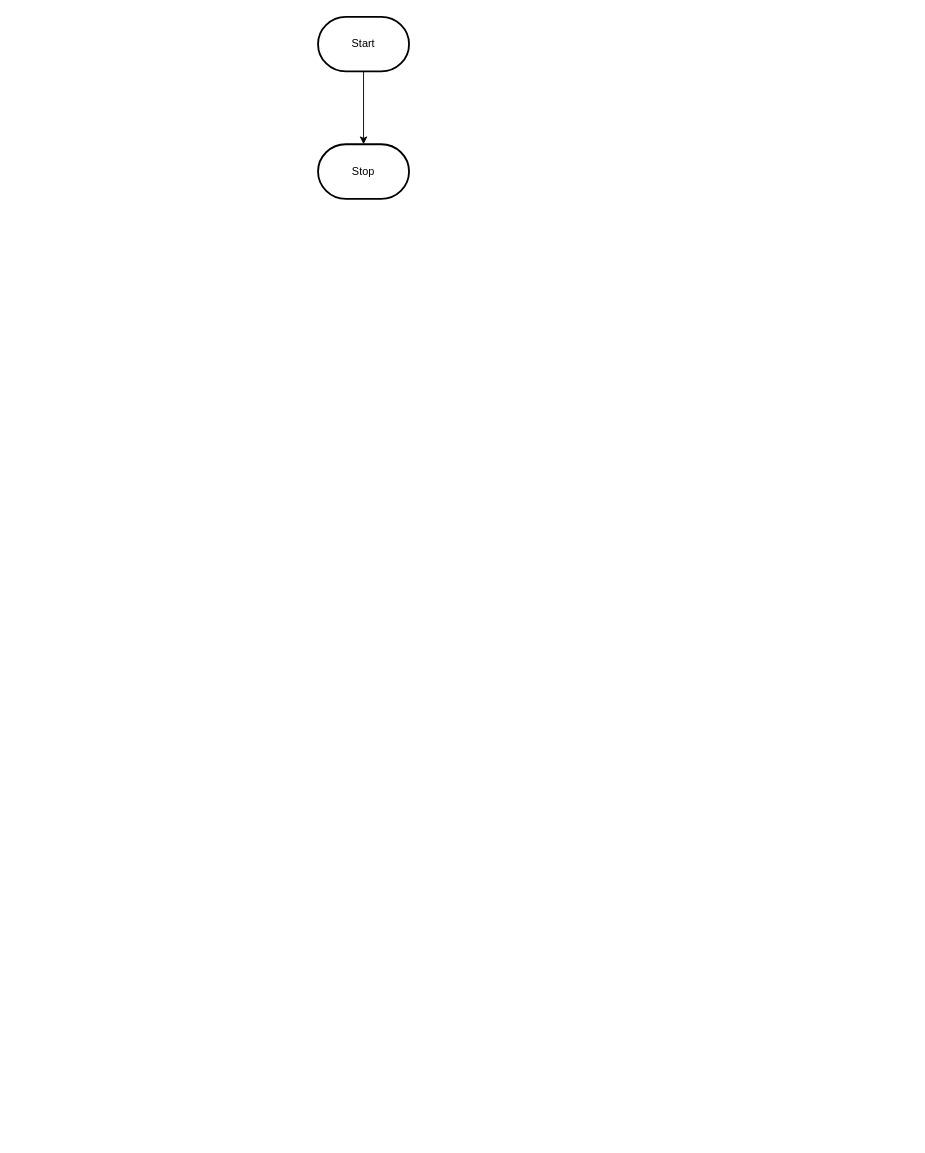
Above: design/flowchart.drawio in MTHS-TEJ2O-1-2023/TEJ2O-Unit-2-16-michael-bruneau (draw.io), before the change. Source tidied: cells renumbered, new cells numbered last; positions are measured from the earlier drawing's top-left corner, leaving out a move shared by most shapes. Both pictures are drawn from the tidied source at 91%, with x=0, y=0 at pixel (318, 16).
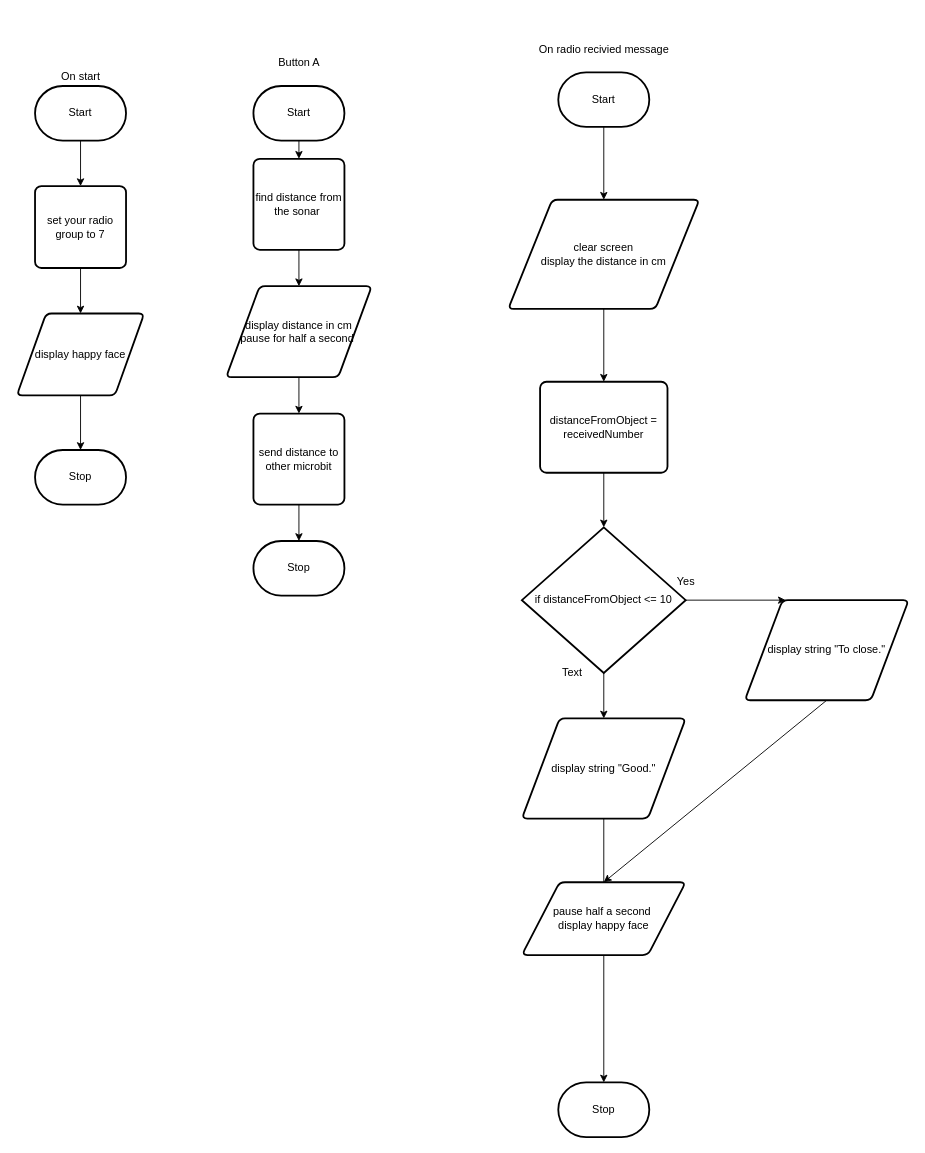
After the change.

The edit, as a diff of the source:
```diff
@@
-    <mxCell id="2" style="edgeStyle=orthogonalEdgeStyle;html=1;rounded=0;" parent="1" edge="1" source="3" target="4">
-      <mxGeometry relative="1" as="geometry" />
-    </mxCell>
+    <mxCell id="5" style="edgeStyle=none;html=1;exitX=0.5;exitY=1;exitDx=0;exitDy=0;exitPerimeter=0;entryX=0.5;entryY=0;entryDx=0;entryDy=0;" parent="1" edge="1" source="3" target="2">
+      <mxGeometry relative="1" as="geometry" />
+    </mxCell>
     <mxCell id="3" value="Start" style="strokeWidth=2;html=1;shape=mxgraph.flowchart.terminator;whiteSpace=wrap;" parent="1" vertex="1">
-      <mxGeometry width="100" height="60" as="geometry" />
+      <mxGeometry x="-311" y="76" width="100" height="60" as="geometry" />
     </mxCell>
     <mxCell id="4" value="Stop" style="strokeWidth=2;html=1;shape=mxgraph.flowchart.terminator;whiteSpace=wrap;" parent="1" vertex="1">
-      <mxGeometry y="140" width="100" height="60" as="geometry" />
+      <mxGeometry x="-311" y="476" width="100" height="60" as="geometry" />
     </mxCell>
+    <mxCell id="6" style="edgeStyle=none;html=1;exitX=0.5;exitY=1;exitDx=0;exitDy=0;" parent="1" edge="1" source="2" target="8">
+      <mxGeometry relative="1" as="geometry" />
+    </mxCell>
+    <mxCell id="2" value="set your radio group to 7" style="rounded=1;whiteSpace=wrap;html=1;absoluteArcSize=1;arcSize=14;strokeWidth=2;" parent="1" vertex="1">
+      <mxGeometry x="-311" y="186" width="100" height="90" as="geometry" />
+    </mxCell>
+    <mxCell id="7" style="edgeStyle=none;html=1;exitX=0.5;exitY=1;exitDx=0;exitDy=0;" parent="1" edge="1" source="8" target="4">
+      <mxGeometry relative="1" as="geometry" />
+    </mxCell>
+    <mxCell id="8" value="display happy face" style="shape=parallelogram;html=1;strokeWidth=2;perimeter=parallelogramPerimeter;whiteSpace=wrap;rounded=1;arcSize=12;size=0.23;" parent="1" vertex="1">
+      <mxGeometry x="-331" y="326" width="140" height="90" as="geometry" />
+    </mxCell>
+    <mxCell id="9" style="edgeStyle=none;html=1;exitX=0.5;exitY=1;exitDx=0;exitDy=0;exitPerimeter=0;entryX=0.5;entryY=0;entryDx=0;entryDy=0;" parent="1" edge="1" source="10" target="13">
+      <mxGeometry relative="1" as="geometry" />
+    </mxCell>
+    <mxCell id="10" value="Start" style="strokeWidth=2;html=1;shape=mxgraph.flowchart.terminator;whiteSpace=wrap;" parent="1" vertex="1">
+      <mxGeometry x="-71" y="76" width="100" height="60" as="geometry" />
+    </mxCell>
+    <mxCell id="11" value="Stop" style="strokeWidth=2;html=1;shape=mxgraph.flowchart.terminator;whiteSpace=wrap;" parent="1" vertex="1">
+      <mxGeometry x="-71" y="576" width="100" height="60" as="geometry" />
+    </mxCell>
+    <mxCell id="12" style="edgeStyle=none;html=1;exitX=0.5;exitY=1;exitDx=0;exitDy=0;" parent="1" edge="1" source="13" target="15">
+      <mxGeometry relative="1" as="geometry" />
+    </mxCell>
+    <mxCell id="13" value="find distance from the sonar&amp;nbsp;" style="rounded=1;whiteSpace=wrap;html=1;absoluteArcSize=1;arcSize=14;strokeWidth=2;" parent="1" vertex="1">
+      <mxGeometry x="-71" y="156" width="100" height="100" as="geometry" />
+    </mxCell>
+    <mxCell id="14" style="edgeStyle=none;html=1;exitX=0.5;exitY=1;exitDx=0;exitDy=0;" parent="1" edge="1" source="15" target="17">
+      <mxGeometry relative="1" as="geometry" />
+    </mxCell>
+    <mxCell id="15" value="display distance in cm&lt;br&gt;pause for half a second&amp;nbsp;" style="shape=parallelogram;html=1;strokeWidth=2;perimeter=parallelogramPerimeter;whiteSpace=wrap;rounded=1;arcSize=12;size=0.23;" parent="1" vertex="1">
+      <mxGeometry x="-101" y="296" width="160" height="100" as="geometry" />
+    </mxCell>
+    <mxCell id="16" style="edgeStyle=none;html=1;exitX=0.5;exitY=1;exitDx=0;exitDy=0;" parent="1" edge="1" source="17" target="11">
+      <mxGeometry relative="1" as="geometry" />
+    </mxCell>
+    <mxCell id="17" value="send distance to other microbit" style="rounded=1;whiteSpace=wrap;html=1;absoluteArcSize=1;arcSize=14;strokeWidth=2;" parent="1" vertex="1">
+      <mxGeometry x="-71" y="436" width="100" height="100" as="geometry" />
+    </mxCell>
+    <mxCell id="18" style="edgeStyle=none;html=1;exitX=0.5;exitY=1;exitDx=0;exitDy=0;exitPerimeter=0;" parent="1" edge="1" source="19" target="22">
+      <mxGeometry relative="1" as="geometry" />
+    </mxCell>
+    <mxCell id="19" value="Start" style="strokeWidth=2;html=1;shape=mxgraph.flowchart.terminator;whiteSpace=wrap;" parent="1" vertex="1">
+      <mxGeometry x="264" y="61" width="100" height="60" as="geometry" />
+    </mxCell>
+    <mxCell id="20" value="Stop" style="strokeWidth=2;html=1;shape=mxgraph.flowchart.terminator;whiteSpace=wrap;" parent="1" vertex="1">
+      <mxGeometry x="264" y="1171" width="100" height="60" as="geometry" />
+    </mxCell>
+    <mxCell id="21" style="edgeStyle=none;html=1;exitX=0.5;exitY=1;exitDx=0;exitDy=0;" parent="1" edge="1" source="22" target="24">
+      <mxGeometry relative="1" as="geometry" />
+    </mxCell>
+    <mxCell id="22" value="clear screen&lt;br&gt;display the distance in cm" style="shape=parallelogram;html=1;strokeWidth=2;perimeter=parallelogramPerimeter;whiteSpace=wrap;rounded=1;arcSize=12;size=0.23;" parent="1" vertex="1">
+      <mxGeometry x="209" y="201" width="210" height="120" as="geometry" />
+    </mxCell>
+    <mxCell id="23" style="edgeStyle=none;html=1;exitX=0.5;exitY=1;exitDx=0;exitDy=0;" parent="1" edge="1" source="24" target="27">
+      <mxGeometry relative="1" as="geometry" />
+    </mxCell>
+    <mxCell id="24" value="distanceFromObject = receivedNumber" style="rounded=1;whiteSpace=wrap;html=1;absoluteArcSize=1;arcSize=14;strokeWidth=2;" parent="1" vertex="1">
+      <mxGeometry x="244" y="401" width="140" height="100" as="geometry" />
+    </mxCell>
+    <mxCell id="25" style="edgeStyle=none;html=1;exitX=0.5;exitY=1;exitDx=0;exitDy=0;exitPerimeter=0;" parent="1" edge="1" source="27" target="31">
+      <mxGeometry relative="1" as="geometry" />
+    </mxCell>
+    <mxCell id="26" style="edgeStyle=none;html=1;exitX=1;exitY=0.5;exitDx=0;exitDy=0;exitPerimeter=0;entryX=0.25;entryY=0;entryDx=0;entryDy=0;" parent="1" edge="1" source="27" target="29">
+      <mxGeometry relative="1" as="geometry" />
+    </mxCell>
+    <mxCell id="27" value="if distanceFromObject &amp;lt;= 10" style="strokeWidth=2;html=1;shape=mxgraph.flowchart.decision;whiteSpace=wrap;" parent="1" vertex="1">
+      <mxGeometry x="224" y="561" width="180" height="160" as="geometry" />
+    </mxCell>
+    <mxCell id="28" style="edgeStyle=none;html=1;exitX=0.5;exitY=1;exitDx=0;exitDy=0;entryX=0.5;entryY=0;entryDx=0;entryDy=0;" parent="1" edge="1" source="29" target="33">
+      <mxGeometry relative="1" as="geometry" />
+    </mxCell>
+    <mxCell id="29" value="display string &quot;To close.&quot;" style="shape=parallelogram;html=1;strokeWidth=2;perimeter=parallelogramPerimeter;whiteSpace=wrap;rounded=1;arcSize=12;size=0.23;" parent="1" vertex="1">
+      <mxGeometry x="469" y="641" width="180" height="110" as="geometry" />
+    </mxCell>
+    <mxCell id="30" style="edgeStyle=none;html=1;exitX=0.5;exitY=1;exitDx=0;exitDy=0;" parent="1" edge="1" source="31">
+      <mxGeometry relative="1" as="geometry">
+        <mxPoint x="314" y="961" as="targetPoint" />
+      </mxGeometry>
+    </mxCell>
+    <mxCell id="31" value="display string &quot;Good.&quot;" style="shape=parallelogram;html=1;strokeWidth=2;perimeter=parallelogramPerimeter;whiteSpace=wrap;rounded=1;arcSize=12;size=0.23;" parent="1" vertex="1">
+      <mxGeometry x="224" y="771" width="180" height="110" as="geometry" />
+    </mxCell>
+    <mxCell id="32" style="edgeStyle=none;html=1;exitX=0.5;exitY=1;exitDx=0;exitDy=0;" parent="1" edge="1" source="33" target="20">
+      <mxGeometry relative="1" as="geometry" />
+    </mxCell>
+    <mxCell id="33" value="pause half a second&amp;nbsp;&lt;br&gt;display happy face" style="shape=parallelogram;html=1;strokeWidth=2;perimeter=parallelogramPerimeter;whiteSpace=wrap;rounded=1;arcSize=12;size=0.23;" parent="1" vertex="1">
+      <mxGeometry x="224" y="951" width="180" height="80" as="geometry" />
+    </mxCell>
+    <mxCell id="34" value="On radio recivied message" style="text;html=1;align=center;verticalAlign=middle;strokeColor=none;fillColor=none;" parent="1" vertex="1">
+      <mxGeometry x="229" y="21" width="170" height="30" as="geometry" />
+    </mxCell>
+    <mxCell id="35" value="On start" style="text;html=1;align=center;verticalAlign=middle;strokeColor=none;fillColor=none;" parent="1" vertex="1">
+      <mxGeometry x="-296" y="51" width="70" height="30" as="geometry" />
+    </mxCell>
+    <mxCell id="36" value="Button A" style="text;html=1;align=center;verticalAlign=middle;strokeColor=none;fillColor=none;" parent="1" vertex="1">
+      <mxGeometry x="-56" y="36" width="70" height="30" as="geometry" />
+    </mxCell>
+    <mxCell id="37" value="Yes" style="text;html=1;align=center;verticalAlign=middle;strokeColor=none;fillColor=none;" parent="1" vertex="1">
+      <mxGeometry x="384" y="606" width="40" height="30" as="geometry" />
+    </mxCell>
+    <mxCell id="38" value="Text" style="text;html=1;align=center;verticalAlign=middle;strokeColor=none;fillColor=none;" parent="1" vertex="1">
+      <mxGeometry x="254" y="706" width="50" height="30" as="geometry" />
+    </mxCell>
```
